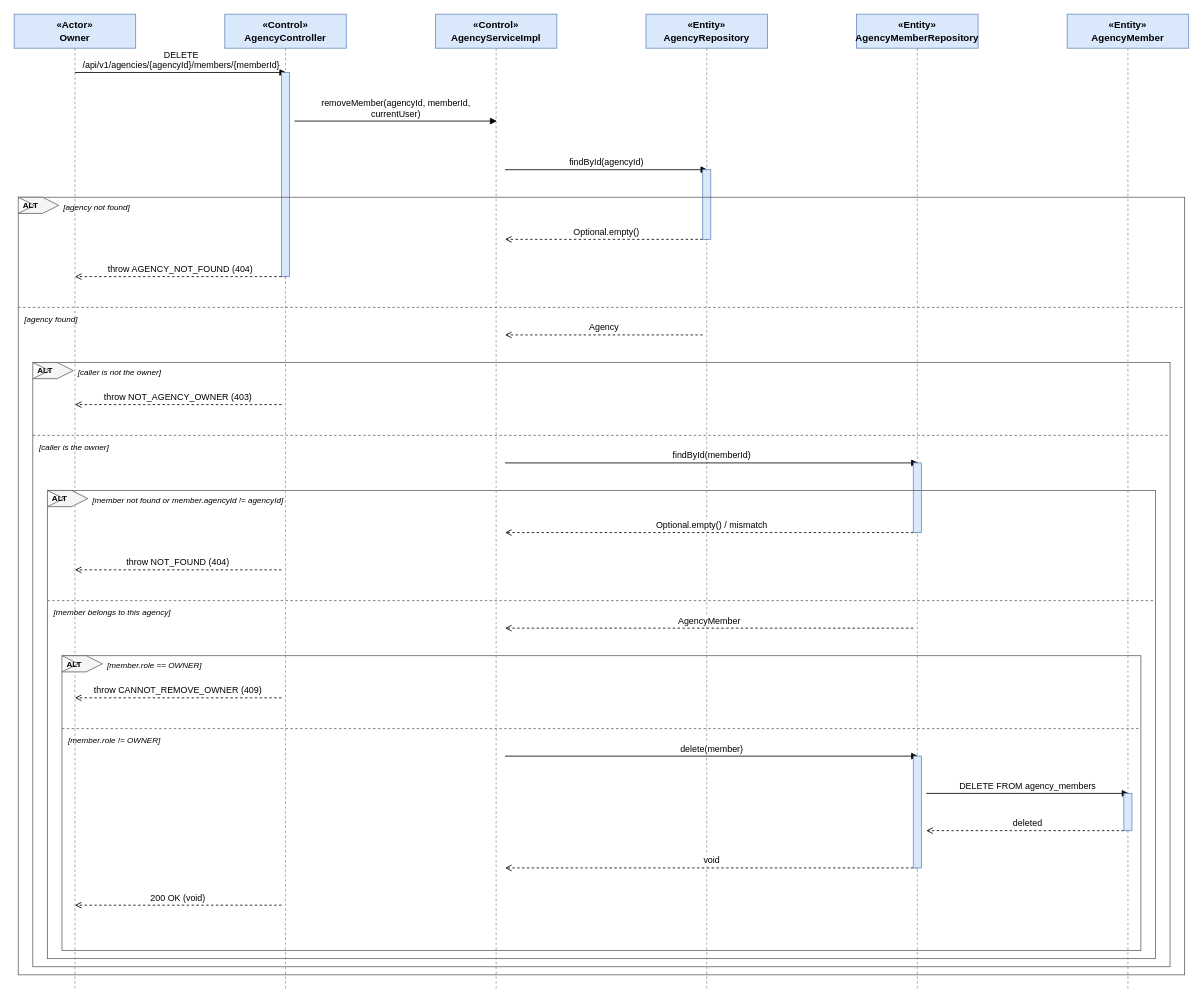
The draw.io diagram docs/feature/agency-workspace/3-4-9-remove-member/sequence-flow.drawio in BrandHubOrganization/brandhub-infrastructure, before the edit. Source tidied: cells renumbered, new cells numbered last; positions are measured from the earlier drawing's top-left corner, leaving out a move shared by most shapes. Both pictures are drawn from the tidied source at 81%, with x=0, y=0 at pixel (14, 14).
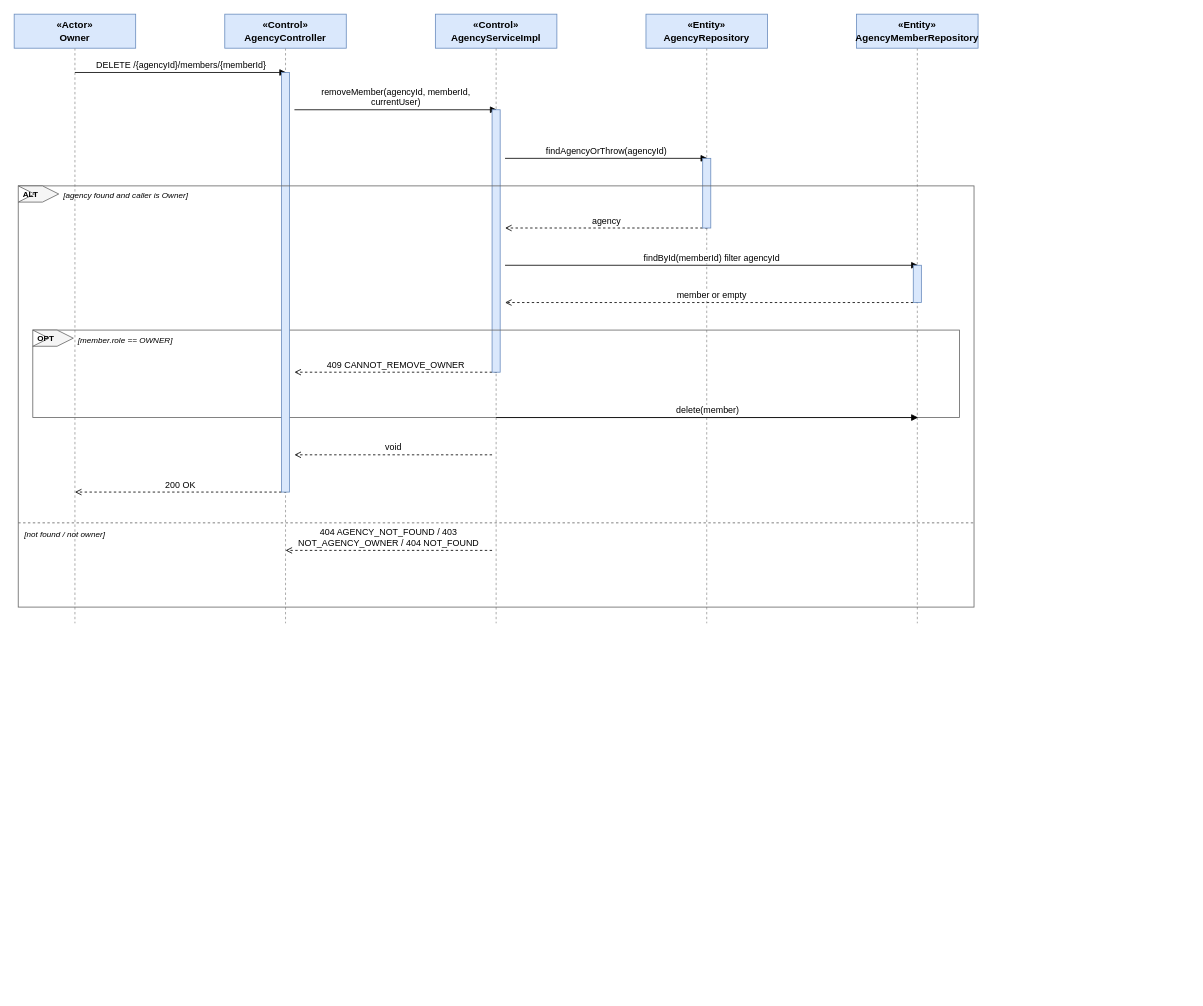
The same page after the edit.

Diff of the diagram source:
```diff
@@
-    <mxCell id="2" value="«Entity»&lt;br&gt;AgencyMember" style="rounded=0;whiteSpace=wrap;html=1;fillColor=#dae8fc;strokeColor=#6c8ebf;fontStyle=1;" parent="1" vertex="1">
-      <mxGeometry x="1300" width="150" height="42" as="geometry" />
-    </mxCell>
-    <mxCell id="3" style="endArrow=none;dashed=1;html=1;strokeColor=#999999;" parent="1" edge="1">
-      <mxGeometry relative="1" as="geometry">
-        <mxPoint x="1375" y="42" as="sourcePoint" />
-        <mxPoint x="1375" y="1206" as="targetPoint" />
-      </mxGeometry>
-    </mxCell>
@@
-    <mxCell id="5" style="endArrow=none;dashed=1;html=1;strokeColor=#999999;" parent="1" edge="1">
-      <mxGeometry relative="1" as="geometry">
-        <mxPoint x="1115" y="42" as="sourcePoint" />
-        <mxPoint x="1115" y="1206" as="targetPoint" />
-      </mxGeometry>
-    </mxCell>
+    <mxCell id="56" style="endArrow=none;dashed=1;html=1;strokeColor=#999999;" parent="1" edge="1">
+      <mxGeometry relative="1" as="geometry">
+        <mxPoint x="1115" y="42" as="sourcePoint" />
+        <mxPoint x="1115" y="752" as="targetPoint" />
+      </mxGeometry>
+    </mxCell>
@@
-    <mxCell id="7" style="endArrow=none;dashed=1;html=1;strokeColor=#999999;" parent="1" edge="1">
-      <mxGeometry relative="1" as="geometry">
-        <mxPoint x="855" y="42" as="sourcePoint" />
-        <mxPoint x="855" y="1206" as="targetPoint" />
-      </mxGeometry>
-    </mxCell>
+    <mxCell id="57" style="endArrow=none;dashed=1;html=1;strokeColor=#999999;" parent="1" edge="1">
+      <mxGeometry relative="1" as="geometry">
+        <mxPoint x="855" y="42" as="sourcePoint" />
+        <mxPoint x="855" y="752" as="targetPoint" />
+      </mxGeometry>
+    </mxCell>
@@
-    <mxCell id="9" style="endArrow=none;dashed=1;html=1;strokeColor=#999999;" parent="1" edge="1">
-      <mxGeometry relative="1" as="geometry">
-        <mxPoint x="595" y="42" as="sourcePoint" />
-        <mxPoint x="595" y="1206" as="targetPoint" />
-      </mxGeometry>
-    </mxCell>
+    <mxCell id="58" style="endArrow=none;dashed=1;html=1;strokeColor=#999999;" parent="1" edge="1">
+      <mxGeometry relative="1" as="geometry">
+        <mxPoint x="595" y="42" as="sourcePoint" />
+        <mxPoint x="595" y="752" as="targetPoint" />
+      </mxGeometry>
+    </mxCell>
@@
-    <mxCell id="11" style="endArrow=none;dashed=1;html=1;strokeColor=#999999;" parent="1" edge="1">
-      <mxGeometry relative="1" as="geometry">
-        <mxPoint x="335" y="42" as="sourcePoint" />
-        <mxPoint x="335" y="1206" as="targetPoint" />
-      </mxGeometry>
-    </mxCell>
+    <mxCell id="59" style="endArrow=none;dashed=1;html=1;strokeColor=#999999;" parent="1" edge="1">
+      <mxGeometry relative="1" as="geometry">
+        <mxPoint x="335" y="42" as="sourcePoint" />
+        <mxPoint x="335" y="752" as="targetPoint" />
+      </mxGeometry>
+    </mxCell>
@@
-    <mxCell id="13" style="endArrow=none;dashed=1;html=1;strokeColor=#999999;" parent="1" edge="1">
-      <mxGeometry relative="1" as="geometry">
-        <mxPoint x="75" y="42" as="sourcePoint" />
-        <mxPoint x="75" y="1206" as="targetPoint" />
-      </mxGeometry>
-    </mxCell>
+    <mxCell id="60" style="endArrow=none;dashed=1;html=1;strokeColor=#999999;" parent="1" edge="1">
+      <mxGeometry relative="1" as="geometry">
+        <mxPoint x="75" y="42" as="sourcePoint" />
+        <mxPoint x="75" y="752" as="targetPoint" />
+      </mxGeometry>
+    </mxCell>
-    <mxCell id="14" value="DELETE&lt;br&gt;/api/v1/agencies/{agencyId}/members/{memberId}" style="html=1;endArrow=block;dashed=0;fontSize=11;align=center;verticalAlign=bottom;labelBackgroundColor=#ffffff;" parent="1" edge="1">
+    <mxCell id="14" value="DELETE /{agencyId}/members/{memberId}" style="html=1;endArrow=block;dashed=0;fontSize=11;align=center;verticalAlign=bottom;labelBackgroundColor=#ffffff;" parent="1" edge="1">
       <mxGeometry relative="1" as="geometry">
         <mxPoint x="75" y="72" as="sourcePoint" />
         <mxPoint x="336" y="72" as="targetPoint" />
       </mxGeometry>
     </mxCell>
     <mxCell id="15" value="removeMember(agencyId, memberId,&lt;br&gt;currentUser)" style="html=1;endArrow=block;dashed=0;fontSize=11;align=center;verticalAlign=bottom;labelBackgroundColor=#ffffff;" parent="1" edge="1">
       <mxGeometry relative="1" as="geometry">
-        <mxPoint x="346" y="132" as="sourcePoint" />
-        <mxPoint x="596" y="132" as="targetPoint" />
+        <mxPoint x="346" y="118" as="sourcePoint" />
+        <mxPoint x="596" y="118" as="targetPoint" />
       </mxGeometry>
     </mxCell>
-    <mxCell id="16" value="findById(agencyId)" style="html=1;endArrow=block;dashed=0;fontSize=11;align=center;verticalAlign=bottom;labelBackgroundColor=#ffffff;" parent="1" edge="1">
+    <mxCell id="16" value="findAgencyOrThrow(agencyId)" style="html=1;endArrow=block;dashed=0;fontSize=11;align=center;verticalAlign=bottom;labelBackgroundColor=#ffffff;" parent="1" edge="1">
       <mxGeometry relative="1" as="geometry">
-        <mxPoint x="606" y="192" as="sourcePoint" />
-        <mxPoint x="856" y="192" as="targetPoint" />
+        <mxPoint x="606" y="178" as="sourcePoint" />
+        <mxPoint x="856" y="178" as="targetPoint" />
       </mxGeometry>
     </mxCell>
-    <mxCell id="17" value="Optional.empty()" style="html=1;endArrow=open;dashed=1;fontSize=11;align=center;verticalAlign=bottom;labelBackgroundColor=#ffffff;" parent="1" edge="1">
+    <mxCell id="17" value="agency" style="html=1;endArrow=open;dashed=1;fontSize=11;align=center;verticalAlign=bottom;labelBackgroundColor=#ffffff;" parent="1" edge="1">
       <mxGeometry relative="1" as="geometry">
-        <mxPoint x="856" y="278" as="sourcePoint" />
-        <mxPoint x="606" y="278" as="targetPoint" />
+        <mxPoint x="856" y="264" as="sourcePoint" />
+        <mxPoint x="606" y="264" as="targetPoint" />
       </mxGeometry>
     </mxCell>
     <mxCell id="18" style="rounded=0;whiteSpace=wrap;html=1;fillColor=#dae8fc;strokeColor=#6c8ebf;" parent="1" vertex="1">
-      <mxGeometry x="850" y="192" width="10" height="86" as="geometry" />
+      <mxGeometry x="850" y="178" width="10" height="86" as="geometry" />
     </mxCell>
-    <mxCell id="19" value="throw AGENCY_NOT_FOUND (404)" style="html=1;endArrow=open;dashed=1;fontSize=11;align=center;verticalAlign=bottom;labelBackgroundColor=#ffffff;" parent="1" edge="1">
-      <mxGeometry relative="1" as="geometry">
-        <mxPoint x="336" y="324" as="sourcePoint" />
-        <mxPoint x="75" y="324" as="targetPoint" />
-      </mxGeometry>
-    </mxCell>
-    <mxCell id="20" style="rounded=0;whiteSpace=wrap;html=1;fillColor=#dae8fc;strokeColor=#6c8ebf;" parent="1" vertex="1">
-      <mxGeometry x="330" y="72" width="10" height="252" as="geometry" />
-    </mxCell>
-    <mxCell id="21" value="Agency" style="html=1;endArrow=open;dashed=1;fontSize=11;align=center;verticalAlign=bottom;labelBackgroundColor=#ffffff;" parent="1" edge="1">
-      <mxGeometry relative="1" as="geometry">
-        <mxPoint x="850" y="396" as="sourcePoint" />
-        <mxPoint x="606" y="396" as="targetPoint" />
-      </mxGeometry>
-    </mxCell>
+    <mxCell id="61" value="findById(memberId) filter agencyId" style="html=1;endArrow=block;dashed=0;fontSize=11;align=center;verticalAlign=bottom;labelBackgroundColor=#ffffff;" parent="1" edge="1">
+      <mxGeometry relative="1" as="geometry">
+        <mxPoint x="606" y="310" as="sourcePoint" />
+        <mxPoint x="1116" y="310" as="targetPoint" />
+      </mxGeometry>
+    </mxCell>
+    <mxCell id="62" value="member or empty" style="html=1;endArrow=open;dashed=1;fontSize=11;align=center;verticalAlign=bottom;labelBackgroundColor=#ffffff;" parent="1" edge="1">
+      <mxGeometry relative="1" as="geometry">
+        <mxPoint x="1116" y="356" as="sourcePoint" />
+        <mxPoint x="606" y="356" as="targetPoint" />
+      </mxGeometry>
+    </mxCell>
+    <mxCell id="63" style="rounded=0;whiteSpace=wrap;html=1;fillColor=#dae8fc;strokeColor=#6c8ebf;" parent="1" vertex="1">
+      <mxGeometry x="1110" y="310" width="10" height="46" as="geometry" />
+    </mxCell>
-    <mxCell id="22" value="throw NOT_AGENCY_OWNER (403)" style="html=1;endArrow=open;dashed=1;fontSize=11;align=center;verticalAlign=bottom;labelBackgroundColor=#ffffff;" parent="1" edge="1">
+    <mxCell id="22" value="409 CANNOT_REMOVE_OWNER" style="html=1;endArrow=open;dashed=1;fontSize=11;align=center;verticalAlign=bottom;labelBackgroundColor=#ffffff;" parent="1" edge="1">
       <mxGeometry relative="1" as="geometry">
-        <mxPoint x="330" y="482" as="sourcePoint" />
-        <mxPoint x="75" y="482" as="targetPoint" />
+        <mxPoint x="596" y="442" as="sourcePoint" />
+        <mxPoint x="346" y="442" as="targetPoint" />
       </mxGeometry>
     </mxCell>
-    <mxCell id="23" value="findById(memberId)" style="html=1;endArrow=block;dashed=0;fontSize=11;align=center;verticalAlign=bottom;labelBackgroundColor=#ffffff;" parent="1" edge="1">
-      <mxGeometry relative="1" as="geometry">
-        <mxPoint x="606" y="554" as="sourcePoint" />
-        <mxPoint x="1116" y="554" as="targetPoint" />
-      </mxGeometry>
-    </mxCell>
-    <mxCell id="24" value="Optional.empty() / mismatch" style="html=1;endArrow=open;dashed=1;fontSize=11;align=center;verticalAlign=bottom;labelBackgroundColor=#ffffff;" parent="1" edge="1">
-      <mxGeometry relative="1" as="geometry">
-        <mxPoint x="1116" y="640" as="sourcePoint" />
-        <mxPoint x="606" y="640" as="targetPoint" />
-      </mxGeometry>
-    </mxCell>
-    <mxCell id="25" style="rounded=0;whiteSpace=wrap;html=1;fillColor=#dae8fc;strokeColor=#6c8ebf;" parent="1" vertex="1">
-      <mxGeometry x="1110" y="554" width="10" height="86" as="geometry" />
-    </mxCell>
-    <mxCell id="26" value="throw NOT_FOUND (404)" style="html=1;endArrow=open;dashed=1;fontSize=11;align=center;verticalAlign=bottom;labelBackgroundColor=#ffffff;" parent="1" edge="1">
-      <mxGeometry relative="1" as="geometry">
-        <mxPoint x="330" y="686" as="sourcePoint" />
-        <mxPoint x="75" y="686" as="targetPoint" />
-      </mxGeometry>
-    </mxCell>
-    <mxCell id="27" value="AgencyMember" style="html=1;endArrow=open;dashed=1;fontSize=11;align=center;verticalAlign=bottom;labelBackgroundColor=#ffffff;" parent="1" edge="1">
-      <mxGeometry relative="1" as="geometry">
-        <mxPoint x="1110" y="758" as="sourcePoint" />
-        <mxPoint x="606" y="758" as="targetPoint" />
-      </mxGeometry>
-    </mxCell>
+    <mxCell id="64" style="rounded=0;whiteSpace=wrap;html=1;fillColor=#dae8fc;strokeColor=#6c8ebf;" parent="1" vertex="1">
+      <mxGeometry x="590" y="118" width="10" height="324" as="geometry" />
+    </mxCell>
+    <mxCell id="65" style="rounded=0;whiteSpace=wrap;html=1;fillColor=none;strokeColor=#666666;verticalAlign=top;" parent="1" vertex="1">
+      <mxGeometry x="23" y="390" width="1144" height="108" as="geometry" />
+    </mxCell>
+    <mxCell id="66" value="OPT" style="shape=step;perimeter=stepPerimeter;whiteSpace=wrap;html=1;fixedSize=1;fillColor=#f5f5f5;strokeColor=#666666;fontStyle=1;fontSize=10;align=left;spacingLeft=4;" parent="1" vertex="1">
+      <mxGeometry x="23" y="390" width="50" height="20" as="geometry" />
+    </mxCell>
+    <mxCell id="38" value="[member.role == OWNER]" style="text;html=1;align=left;verticalAlign=top;fontSize=10;fontStyle=2;" parent="1" vertex="1">
+      <mxGeometry x="77" y="390" width="1086" height="20" as="geometry" />
+    </mxCell>
+    <mxCell id="29" value="delete(member)" style="html=1;endArrow=block;dashed=0;fontSize=11;align=center;verticalAlign=bottom;labelBackgroundColor=#ffffff;" parent="1" edge="1">
+      <mxGeometry relative="1" as="geometry">
+        <mxPoint x="595" y="498" as="sourcePoint" />
+        <mxPoint x="1116" y="498" as="targetPoint" />
+      </mxGeometry>
+    </mxCell>
-    <mxCell id="28" value="throw CANNOT_REMOVE_OWNER (409)" style="html=1;endArrow=open;dashed=1;fontSize=11;align=center;verticalAlign=bottom;labelBackgroundColor=#ffffff;" parent="1" edge="1">
+    <mxCell id="28" value="void" style="html=1;endArrow=open;dashed=1;fontSize=11;align=center;verticalAlign=bottom;labelBackgroundColor=#ffffff;" parent="1" edge="1">
       <mxGeometry relative="1" as="geometry">
-        <mxPoint x="330" y="844" as="sourcePoint" />
-        <mxPoint x="75" y="844" as="targetPoint" />
+        <mxPoint x="590" y="544" as="sourcePoint" />
+        <mxPoint x="346" y="544" as="targetPoint" />
       </mxGeometry>
     </mxCell>
-    <mxCell id="29" value="delete(member)" style="html=1;endArrow=block;dashed=0;fontSize=11;align=center;verticalAlign=bottom;labelBackgroundColor=#ffffff;" parent="1" edge="1">
-      <mxGeometry relative="1" as="geometry">
-        <mxPoint x="606" y="916" as="sourcePoint" />
-        <mxPoint x="1116" y="916" as="targetPoint" />
-      </mxGeometry>
-    </mxCell>
-    <mxCell id="30" value="DELETE FROM agency_members" style="html=1;endArrow=block;dashed=0;fontSize=11;align=center;verticalAlign=bottom;labelBackgroundColor=#ffffff;" parent="1" edge="1">
-      <mxGeometry relative="1" as="geometry">
-        <mxPoint x="1126" y="962" as="sourcePoint" />
-        <mxPoint x="1376" y="962" as="targetPoint" />
-      </mxGeometry>
-    </mxCell>
+    <mxCell id="67" value="200 OK" style="html=1;endArrow=open;dashed=1;fontSize=11;align=center;verticalAlign=bottom;labelBackgroundColor=#ffffff;" parent="1" edge="1">
+      <mxGeometry relative="1" as="geometry">
+        <mxPoint x="336" y="590" as="sourcePoint" />
+        <mxPoint x="75" y="590" as="targetPoint" />
+      </mxGeometry>
+    </mxCell>
+    <mxCell id="68" style="rounded=0;whiteSpace=wrap;html=1;fillColor=#dae8fc;strokeColor=#6c8ebf;" parent="1" vertex="1">
+      <mxGeometry x="330" y="72" width="10" height="518" as="geometry" />
+    </mxCell>
-    <mxCell id="31" value="deleted" style="html=1;endArrow=open;dashed=1;fontSize=11;align=center;verticalAlign=bottom;labelBackgroundColor=#ffffff;" parent="1" edge="1">
+    <mxCell id="31" value="404 AGENCY_NOT_FOUND / 403&lt;br&gt;NOT_AGENCY_OWNER / 404 NOT_FOUND" style="html=1;endArrow=open;dashed=1;fontSize=11;align=center;verticalAlign=bottom;labelBackgroundColor=#ffffff;" parent="1" edge="1">
       <mxGeometry relative="1" as="geometry">
-        <mxPoint x="1376" y="1008" as="sourcePoint" />
-        <mxPoint x="1126" y="1008" as="targetPoint" />
+        <mxPoint x="590" y="662" as="sourcePoint" />
+        <mxPoint x="335" y="662" as="targetPoint" />
       </mxGeometry>
     </mxCell>
-    <mxCell id="32" style="rounded=0;whiteSpace=wrap;html=1;fillColor=#dae8fc;strokeColor=#6c8ebf;" parent="1" vertex="1">
-      <mxGeometry x="1370" y="962" width="10" height="46" as="geometry" />
-    </mxCell>
-    <mxCell id="33" value="void" style="html=1;endArrow=open;dashed=1;fontSize=11;align=center;verticalAlign=bottom;labelBackgroundColor=#ffffff;" parent="1" edge="1">
-      <mxGeometry relative="1" as="geometry">
-        <mxPoint x="1116" y="1054" as="sourcePoint" />
-        <mxPoint x="606" y="1054" as="targetPoint" />
-      </mxGeometry>
-    </mxCell>
-    <mxCell id="34" style="rounded=0;whiteSpace=wrap;html=1;fillColor=#dae8fc;strokeColor=#6c8ebf;" parent="1" vertex="1">
-      <mxGeometry x="1110" y="916" width="10" height="138" as="geometry" />
-    </mxCell>
-    <mxCell id="35" value="200 OK (void)" style="html=1;endArrow=open;dashed=1;fontSize=11;align=center;verticalAlign=bottom;labelBackgroundColor=#ffffff;" parent="1" edge="1">
-      <mxGeometry relative="1" as="geometry">
-        <mxPoint x="330" y="1100" as="sourcePoint" />
-        <mxPoint x="75" y="1100" as="targetPoint" />
-      </mxGeometry>
-    </mxCell>
-    <mxCell id="36" style="rounded=0;whiteSpace=wrap;html=1;fillColor=none;strokeColor=#666666;verticalAlign=top;" parent="1" vertex="1">
-      <mxGeometry x="59" y="792" width="1332" height="364" as="geometry" />
-    </mxCell>
-    <mxCell id="37" value="ALT" style="shape=step;perimeter=stepPerimeter;whiteSpace=wrap;html=1;fixedSize=1;fillColor=#f5f5f5;strokeColor=#666666;fontStyle=1;fontSize=10;align=left;spacingLeft=4;" parent="1" vertex="1">
-      <mxGeometry x="59" y="792" width="50" height="20" as="geometry" />
-    </mxCell>
-    <mxCell id="38" value="[member.role == OWNER]" style="text;html=1;align=left;verticalAlign=top;fontSize=10;fontStyle=2;" parent="1" vertex="1">
-      <mxGeometry x="113" y="792" width="1274" height="20" as="geometry" />
-    </mxCell>
-    <mxCell id="39" style="endArrow=none;dashed=1;html=1;strokeColor=#666666;" parent="1" edge="1">
-      <mxGeometry relative="1" as="geometry">
-        <mxPoint x="59" y="882" as="sourcePoint" />
-        <mxPoint x="1391" y="882" as="targetPoint" />
-      </mxGeometry>
-    </mxCell>
-    <mxCell id="40" value="[member.role != OWNER]" style="text;html=1;align=left;verticalAlign=top;fontSize=10;fontStyle=2;" parent="1" vertex="1">
-      <mxGeometry x="65" y="884" width="1322" height="18" as="geometry" />
-    </mxCell>
-    <mxCell id="41" style="rounded=0;whiteSpace=wrap;html=1;fillColor=none;strokeColor=#666666;verticalAlign=top;" parent="1" vertex="1">
-      <mxGeometry x="41" y="588" width="1368" height="578" as="geometry" />
-    </mxCell>
-    <mxCell id="42" value="ALT" style="shape=step;perimeter=stepPerimeter;whiteSpace=wrap;html=1;fixedSize=1;fillColor=#f5f5f5;strokeColor=#666666;fontStyle=1;fontSize=10;align=left;spacingLeft=4;" parent="1" vertex="1">
-      <mxGeometry x="41" y="588" width="50" height="20" as="geometry" />
-    </mxCell>
-    <mxCell id="43" value="[member not found or member.agencyId != agencyId]" style="text;html=1;align=left;verticalAlign=top;fontSize=10;fontStyle=2;" parent="1" vertex="1">
-      <mxGeometry x="95" y="588" width="1310" height="20" as="geometry" />
-    </mxCell>
-    <mxCell id="44" style="endArrow=none;dashed=1;html=1;strokeColor=#666666;" parent="1" edge="1">
-      <mxGeometry relative="1" as="geometry">
-        <mxPoint x="41" y="724" as="sourcePoint" />
-        <mxPoint x="1409" y="724" as="targetPoint" />
-      </mxGeometry>
-    </mxCell>
-    <mxCell id="45" value="[member belongs to this agency]" style="text;html=1;align=left;verticalAlign=top;fontSize=10;fontStyle=2;" parent="1" vertex="1">
-      <mxGeometry x="47" y="726" width="1358" height="18" as="geometry" />
-    </mxCell>
-    <mxCell id="46" style="rounded=0;whiteSpace=wrap;html=1;fillColor=none;strokeColor=#666666;verticalAlign=top;" parent="1" vertex="1">
-      <mxGeometry x="23" y="430" width="1404" height="746" as="geometry" />
-    </mxCell>
-    <mxCell id="47" value="ALT" style="shape=step;perimeter=stepPerimeter;whiteSpace=wrap;html=1;fixedSize=1;fillColor=#f5f5f5;strokeColor=#666666;fontStyle=1;fontSize=10;align=left;spacingLeft=4;" parent="1" vertex="1">
-      <mxGeometry x="23" y="430" width="50" height="20" as="geometry" />
-    </mxCell>
-    <mxCell id="48" value="[caller is not the owner]" style="text;html=1;align=left;verticalAlign=top;fontSize=10;fontStyle=2;" parent="1" vertex="1">
-      <mxGeometry x="77" y="430" width="1346" height="20" as="geometry" />
-    </mxCell>
-    <mxCell id="49" style="endArrow=none;dashed=1;html=1;strokeColor=#666666;" parent="1" edge="1">
-      <mxGeometry relative="1" as="geometry">
-        <mxPoint x="23" y="520" as="sourcePoint" />
-        <mxPoint x="1427" y="520" as="targetPoint" />
-      </mxGeometry>
-    </mxCell>
-    <mxCell id="50" value="[caller is the owner]" style="text;html=1;align=left;verticalAlign=top;fontSize=10;fontStyle=2;" parent="1" vertex="1">
-      <mxGeometry x="29" y="522" width="1394" height="18" as="geometry" />
-    </mxCell>
-    <mxCell id="51" style="rounded=0;whiteSpace=wrap;html=1;fillColor=none;strokeColor=#666666;verticalAlign=top;" parent="1" vertex="1">
-      <mxGeometry x="5" y="226" width="1440" height="960" as="geometry" />
-    </mxCell>
-    <mxCell id="52" value="ALT" style="shape=step;perimeter=stepPerimeter;whiteSpace=wrap;html=1;fixedSize=1;fillColor=#f5f5f5;strokeColor=#666666;fontStyle=1;fontSize=10;align=left;spacingLeft=4;" parent="1" vertex="1">
-      <mxGeometry x="5" y="226" width="50" height="20" as="geometry" />
-    </mxCell>
-    <mxCell id="53" value="[agency not found]" style="text;html=1;align=left;verticalAlign=top;fontSize=10;fontStyle=2;" parent="1" vertex="1">
-      <mxGeometry x="59" y="226" width="1382" height="20" as="geometry" />
-    </mxCell>
-    <mxCell id="54" style="endArrow=none;dashed=1;html=1;strokeColor=#666666;" parent="1" edge="1">
-      <mxGeometry relative="1" as="geometry">
-        <mxPoint x="5" y="362" as="sourcePoint" />
-        <mxPoint x="1445" y="362" as="targetPoint" />
-      </mxGeometry>
-    </mxCell>
-    <mxCell id="55" value="[agency found]" style="text;html=1;align=left;verticalAlign=top;fontSize=10;fontStyle=2;" parent="1" vertex="1">
-      <mxGeometry x="11" y="364" width="1430" height="18" as="geometry" />
-    </mxCell>
+    <mxCell id="69" style="rounded=0;whiteSpace=wrap;html=1;fillColor=none;strokeColor=#666666;verticalAlign=top;" parent="1" vertex="1">
+      <mxGeometry x="5" y="212" width="1180" height="520" as="geometry" />
+    </mxCell>
+    <mxCell id="70" value="ALT" style="shape=step;perimeter=stepPerimeter;whiteSpace=wrap;html=1;fixedSize=1;fillColor=#f5f5f5;strokeColor=#666666;fontStyle=1;fontSize=10;align=left;spacingLeft=4;" parent="1" vertex="1">
+      <mxGeometry x="5" y="212" width="50" height="20" as="geometry" />
+    </mxCell>
+    <mxCell id="71" value="[agency found and caller is Owner]" style="text;html=1;align=left;verticalAlign=top;fontSize=10;fontStyle=2;" parent="1" vertex="1">
+      <mxGeometry x="59" y="212" width="1122" height="20" as="geometry" />
+    </mxCell>
+    <mxCell id="72" style="endArrow=none;dashed=1;html=1;strokeColor=#666666;" parent="1" edge="1">
+      <mxGeometry relative="1" as="geometry">
+        <mxPoint x="5" y="628" as="sourcePoint" />
+        <mxPoint x="1185" y="628" as="targetPoint" />
+      </mxGeometry>
+    </mxCell>
+    <mxCell id="73" value="[not found / not owner]" style="text;html=1;align=left;verticalAlign=top;fontSize=10;fontStyle=2;" parent="1" vertex="1">
+      <mxGeometry x="11" y="630" width="1170" height="18" as="geometry" />
+    </mxCell>
```
